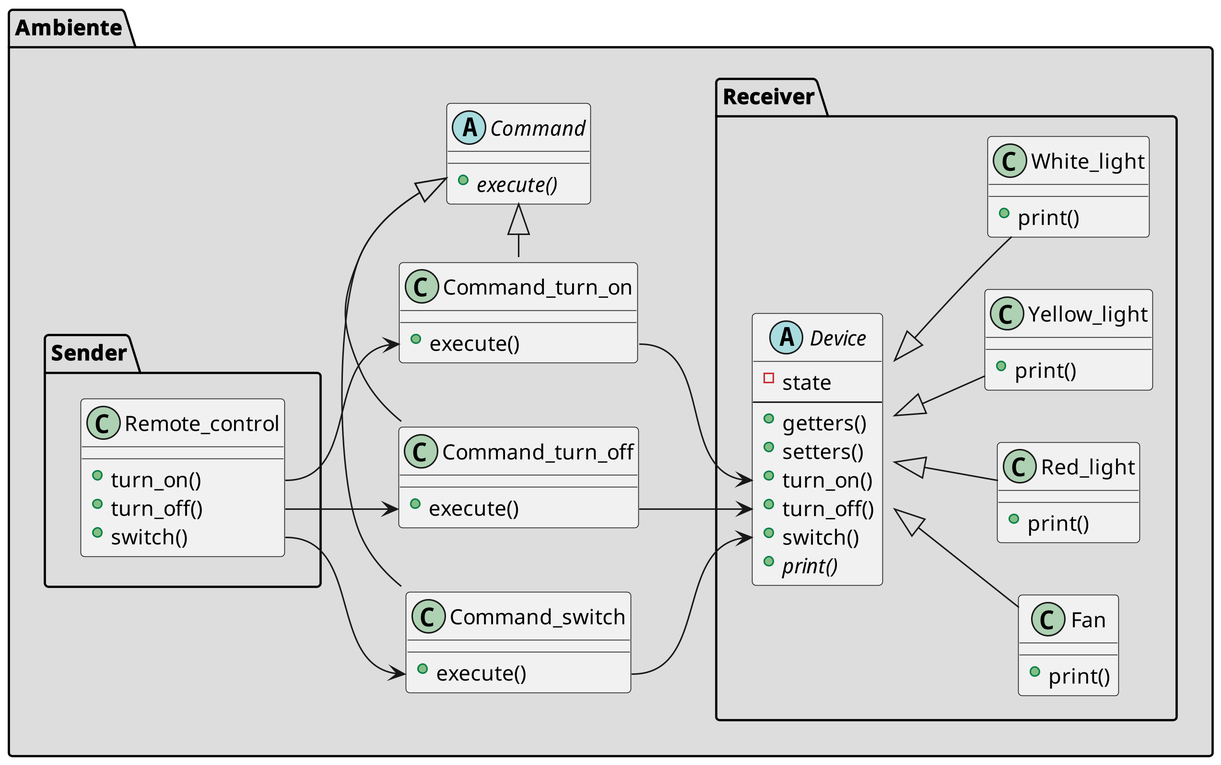
Above: docs/diagrams/lab.png in cs2901-2022-1-Ingenieria-de-Software/design-bigtheta (PlantUML), before the change. Source of this version:
```plantuml
@startuml
skinparam dpi 300
left to right direction
package Ambiente #DDDDDD {
  package Sender #DDDDDD {
    class "Remote_control" as RC {
      + turn_on()
      + turn_off()
      + switch()
    }
  }

  abstract class "Command" as C {
    + {abstract} execute()
  }

  class "Command_turn_on" as CTON {
    + execute()
  }

  class "Command_turn_off" as CTOFF {
    + execute()
  }

  class "Command_switch" as CS {
    + execute()
  }

  package Receiver #DDDDDD {
    abstract class "Device" as D {
      - state
      --
      + getters()
      + setters()
      + turn_on()
      + turn_off()
      + switch()
      + {abstract} print()
    }

    class "Fan" as F {
      + print()
    }

    class "Red_light" as RL {
      + print()
    }

    class "Yellow_light" as YL {
      + print()
    }

    class "White_light" as WL {
      + print()
    }
  }
}

CTON -|> C
CTOFF -|> C
CS -|> C

RC::turn_on --> CTON::execute
RC::turn_off --> CTOFF::execute
RC::switch --> CS::execute

CTON::execute --> D::turn_on
CTOFF::execute --> D::turn_off
CS::execute --> D::switch

D <|-- F
D <|-- RL
D <|-- YL
D <|-- WL

@enduml
```
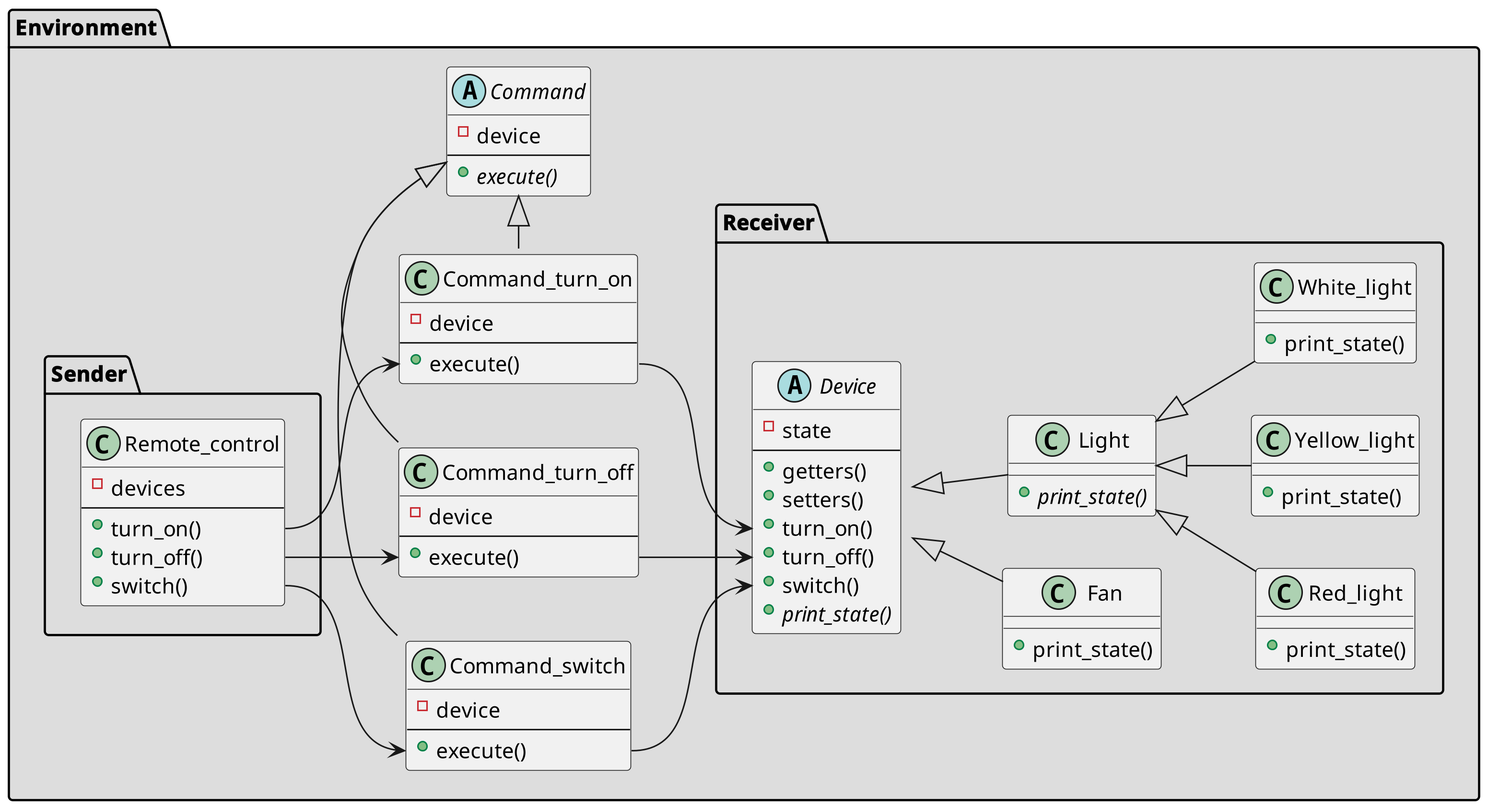
After the change.

The edit, as a diff of the source:
```diff
@@ -1,9 +1,11 @@
 @startuml
 skinparam dpi 300
 left to right direction
-package Ambiente #DDDDDD {
+package Environment #DDDDDD {
   package Sender #DDDDDD {
     class "Remote_control" as RC {
+      - devices
+      --
       + turn_on()
       + turn_off()
       + switch()
@@ -11,18 +13,26 @@
   }
 
   abstract class "Command" as C {
+    - device
+    --
     + {abstract} execute()
   }
 
   class "Command_turn_on" as CTON {
+    - device
+    --
     + execute()
   }
 
   class "Command_turn_off" as CTOFF {
+    - device
+    --
     + execute()
   }
 
   class "Command_switch" as CS {
+    - device
+    --
     + execute()
   }
 
@@ -35,23 +45,27 @@
       + turn_on()
       + turn_off()
       + switch()
-      + {abstract} print()
+      + {abstract} print_state()
     }
 
     class "Fan" as F {
-      + print()
+      + print_state()
+    }
+
+    class "Light" as L {
+      + {abstract} print_state()
     }
 
     class "Red_light" as RL {
-      + print()
+      + print_state()
     }
 
     class "Yellow_light" as YL {
-      + print()
+      + print_state()
     }
 
     class "White_light" as WL {
-      + print()
+      + print_state()
     }
   }
 }
@@ -69,8 +83,10 @@
 CS::execute --> D::switch
 
 D <|-- F
-D <|-- RL
-D <|-- YL
-D <|-- WL
+D <|-- L
+
+L <|-- RL
+L <|-- YL
+L <|-- WL
 
 @enduml
```
